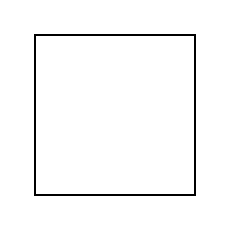
The draw.io diagram Archi bonpli.drawio in etherond/basedeux, before the edit. Source tidied: cells renumbered, new cells numbered last; positions are measured from the earlier drawing's top-left corner, leaving out a move shared by most shapes. Both pictures are drawn from the tidied source at 200%, with x=0, y=0 at pixel (34, 34).
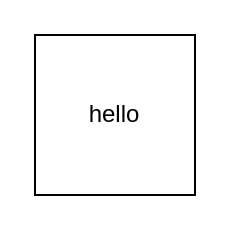
The same diagram, later.

Commit message (it also covers changes not shown here):
Mettre à jour Archi bonpli.drawio

Diff of the diagram source:
```diff
@@
 <mxGraphModel>
   <root>
     <mxCell id="0" />
     <mxCell id="1" parent="0" />
-    <mxCell id="2" style="whiteSpace=wrap;html=1;" parent="1" vertex="1">
+    <mxCell id="2" value="hello" style="whiteSpace=wrap;html=1;" parent="1" vertex="1">
       <mxGeometry width="80" height="80" as="geometry" />
     </mxCell>
   </root>
 </mxGraphModel>
```
